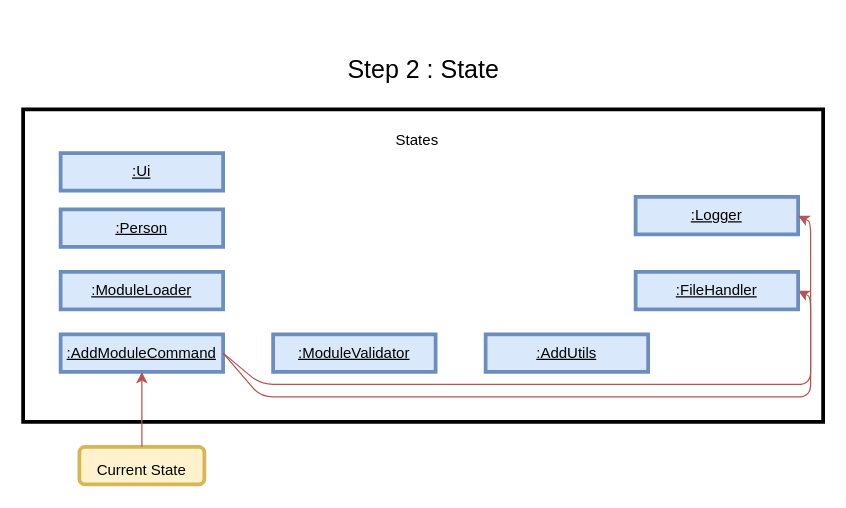
The draw.io diagram docs/base/addModuleCommand_state2.drawio in vanessa-kang/tp, before the edit. Source tidied: cells renumbered, new cells numbered last; positions are measured from the earlier drawing's top-left corner, leaving out a move shared by most shapes. Both pictures are drawn from the tidied source at 125%, with x=0, y=0 at pixel (22, 21).
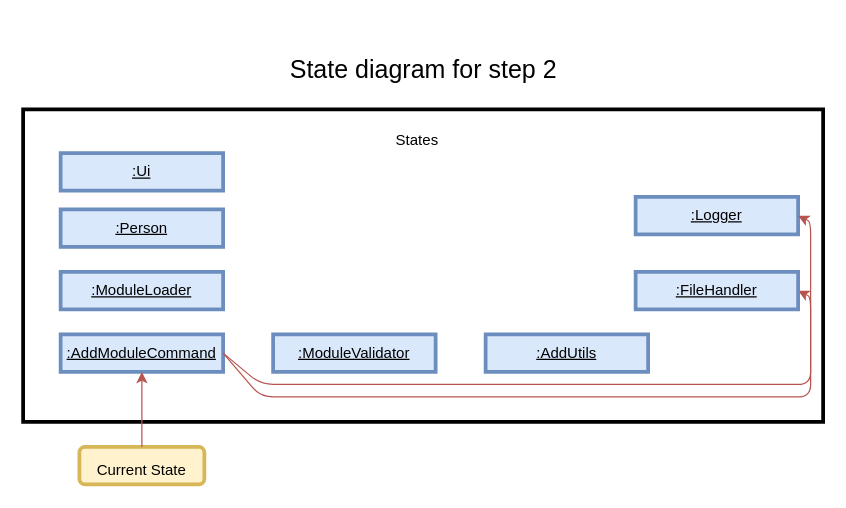
Above is the later version.

What changed in the source:
```diff
@@
-    <mxCell id="3" value="&lt;font style=&quot;font-size: 20px&quot;&gt;Step 2 : State&lt;/font&gt;" style="text;html=1;align=center;verticalAlign=middle;fontSize=40;" parent="1" vertex="1">
-      <mxGeometry x="250" width="140" height="60" as="geometry" />
+    <mxCell id="3" value="&lt;font style=&quot;font-size: 20px&quot;&gt;State diagram for step 2&lt;/font&gt;" style="text;html=1;align=center;verticalAlign=middle;fontSize=40;" parent="1" vertex="1">
+      <mxGeometry x="205" width="230" height="60" as="geometry" />
     </mxCell>
```
